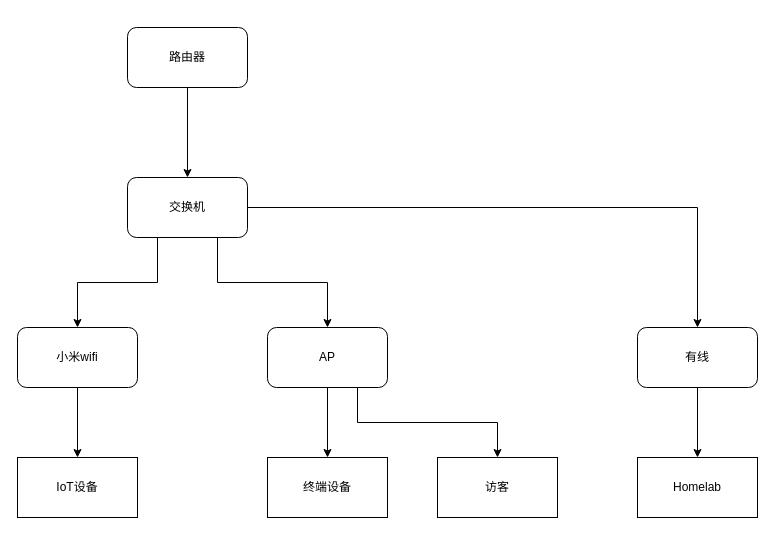
Before: Untitled Diagram.drawio in yimeng/test, a draw.io diagram. Source tidied: cells renumbered, new cells numbered last; positions are measured from the earlier drawing's top-left corner, leaving out a move shared by most shapes. Both pictures are drawn from the tidied source at 100%, with x=0, y=0 at pixel (17, 27).
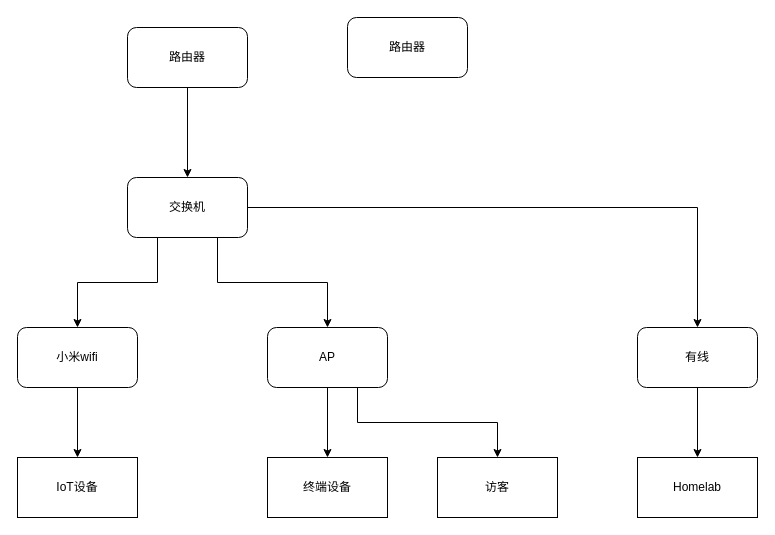
The same diagram, later.

What changed in the source:
```diff
@@
 <mxGraphModel>
   <root>
     <mxCell id="0" />
     <mxCell id="1" parent="0" />
     <mxCell id="2" style="edgeStyle=orthogonalEdgeStyle;rounded=0;jettySize=auto;html=1;exitX=0.5;exitY=1;exitDx=0;exitDy=0;entryX=0.5;entryY=0;entryDx=0;entryDy=0;" parent="1" edge="1" source="3" target="13">
       <mxGeometry relative="1" as="geometry" />
     </mxCell>
     <mxCell id="3" value="路由器" style="rounded=1;whiteSpace=wrap;html=1;" parent="1" vertex="1">
       <mxGeometry x="110" width="120" height="60" as="geometry" />
     </mxCell>
     <mxCell id="4" style="edgeStyle=orthogonalEdgeStyle;rounded=0;jettySize=auto;html=1;exitX=0.5;exitY=1;exitDx=0;exitDy=0;entryX=0.5;entryY=0;entryDx=0;entryDy=0;" parent="1" edge="1" source="5" target="6">
       <mxGeometry relative="1" as="geometry" />
     </mxCell>
     <mxCell id="5" value="小米wifi" style="rounded=1;whiteSpace=wrap;html=1;" parent="1" vertex="1">
       <mxGeometry y="300" width="120" height="60" as="geometry" />
     </mxCell>
     <mxCell id="6" value="IoT设备" style="rounded=0;whiteSpace=wrap;html=1;" parent="1" vertex="1">
       <mxGeometry y="430" width="120" height="60" as="geometry" />
     </mxCell>
     <mxCell id="7" style="edgeStyle=orthogonalEdgeStyle;rounded=0;jettySize=auto;html=1;exitX=0.5;exitY=1;exitDx=0;exitDy=0;" parent="1" edge="1" source="9" target="14">
       <mxGeometry relative="1" as="geometry" />
     </mxCell>
     <mxCell id="8" style="edgeStyle=orthogonalEdgeStyle;rounded=0;jettySize=auto;html=1;exitX=0.75;exitY=1;exitDx=0;exitDy=0;entryX=0.5;entryY=0;entryDx=0;entryDy=0;" parent="1" edge="1" source="9" target="15">
       <mxGeometry relative="1" as="geometry" />
     </mxCell>
     <mxCell id="9" value="AP" style="rounded=1;whiteSpace=wrap;html=1;" parent="1" vertex="1">
       <mxGeometry x="250" y="300" width="120" height="60" as="geometry" />
     </mxCell>
     <mxCell id="10" style="edgeStyle=orthogonalEdgeStyle;rounded=0;jettySize=auto;html=1;exitX=1;exitY=0.5;exitDx=0;exitDy=0;" parent="1" edge="1" source="13" target="17">
       <mxGeometry relative="1" as="geometry" />
     </mxCell>
     <mxCell id="11" style="edgeStyle=orthogonalEdgeStyle;rounded=0;jettySize=auto;html=1;exitX=0.75;exitY=1;exitDx=0;exitDy=0;entryX=0.5;entryY=0;entryDx=0;entryDy=0;" parent="1" edge="1" source="13" target="9">
       <mxGeometry relative="1" as="geometry" />
     </mxCell>
     <mxCell id="12" style="edgeStyle=orthogonalEdgeStyle;rounded=0;jettySize=auto;html=1;exitX=0.25;exitY=1;exitDx=0;exitDy=0;" parent="1" edge="1" source="13" target="5">
       <mxGeometry relative="1" as="geometry" />
     </mxCell>
     <mxCell id="13" value="交换机" style="rounded=1;whiteSpace=wrap;html=1;" parent="1" vertex="1">
       <mxGeometry x="110" y="150" width="120" height="60" as="geometry" />
     </mxCell>
     <mxCell id="14" value="终端设备" style="rounded=0;whiteSpace=wrap;html=1;" parent="1" vertex="1">
       <mxGeometry x="250" y="430" width="120" height="60" as="geometry" />
     </mxCell>
     <mxCell id="15" value="访客" style="rounded=0;whiteSpace=wrap;html=1;" parent="1" vertex="1">
       <mxGeometry x="420" y="430" width="120" height="60" as="geometry" />
     </mxCell>
     <mxCell id="16" style="edgeStyle=orthogonalEdgeStyle;rounded=0;jettySize=auto;html=1;exitX=0.5;exitY=1;exitDx=0;exitDy=0;entryX=0.5;entryY=0;entryDx=0;entryDy=0;" parent="1" edge="1" source="17" target="18">
       <mxGeometry relative="1" as="geometry" />
     </mxCell>
     <mxCell id="17" value="有线" style="rounded=1;whiteSpace=wrap;html=1;" parent="1" vertex="1">
       <mxGeometry x="620" y="300" width="120" height="60" as="geometry" />
     </mxCell>
     <mxCell id="18" value="Homelab" style="rounded=0;whiteSpace=wrap;html=1;" parent="1" vertex="1">
       <mxGeometry x="620" y="430" width="120" height="60" as="geometry" />
     </mxCell>
+    <mxCell id="19" value="路由器" style="rounded=1;whiteSpace=wrap;html=1;" parent="1" vertex="1">
+      <mxGeometry x="330" y="-10" width="120" height="60" as="geometry" />
+    </mxCell>
   </root>
 </mxGraphModel>
```
